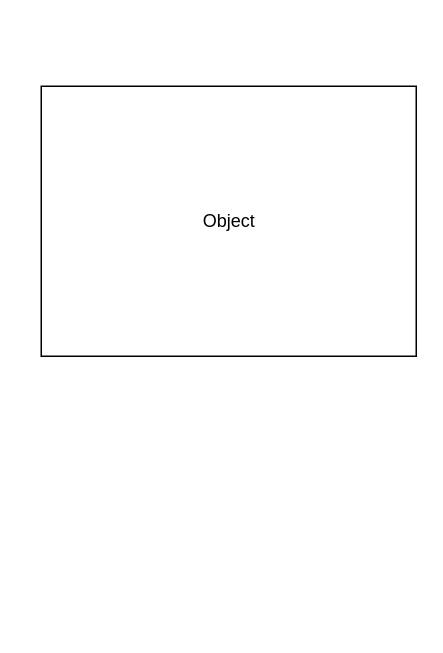
Above: Untitled Diagram.drawio in TeamNewtry/NewtryDocumentation (draw.io), before the change. Source tidied: cells renumbered, new cells numbered last; positions are measured from the earlier drawing's top-left corner, leaving out a move shared by most shapes. Both pictures are drawn from the tidied source at 150%, with x=0, y=0 at pixel (40, 86).
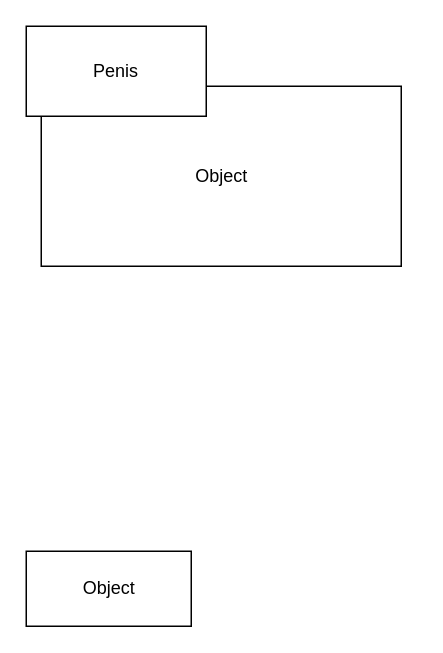
Above is the later version.

Change to the diagram source:
```diff
@@
 <mxGraphModel>
   <root>
     <mxCell id="0" />
     <mxCell id="1" parent="0" />
+    <mxCell id="3" value="Object" style="html=1;" parent="1" vertex="1">
+      <mxGeometry x="-10" y="310" width="110" height="50" as="geometry" />
+    </mxCell>
     <mxCell id="2" value="Object" style="html=1;" parent="1" vertex="1">
-      <mxGeometry width="250" height="180" as="geometry" />
+      <mxGeometry width="240" height="120" as="geometry" />
     </mxCell>
+    <mxCell id="4" value="Penis" style="rounded=0;whiteSpace=wrap;html=1;" parent="1" vertex="1">
+      <mxGeometry x="-10" y="-40" width="120" height="60" as="geometry" />
+    </mxCell>
   </root>
 </mxGraphModel>
```
